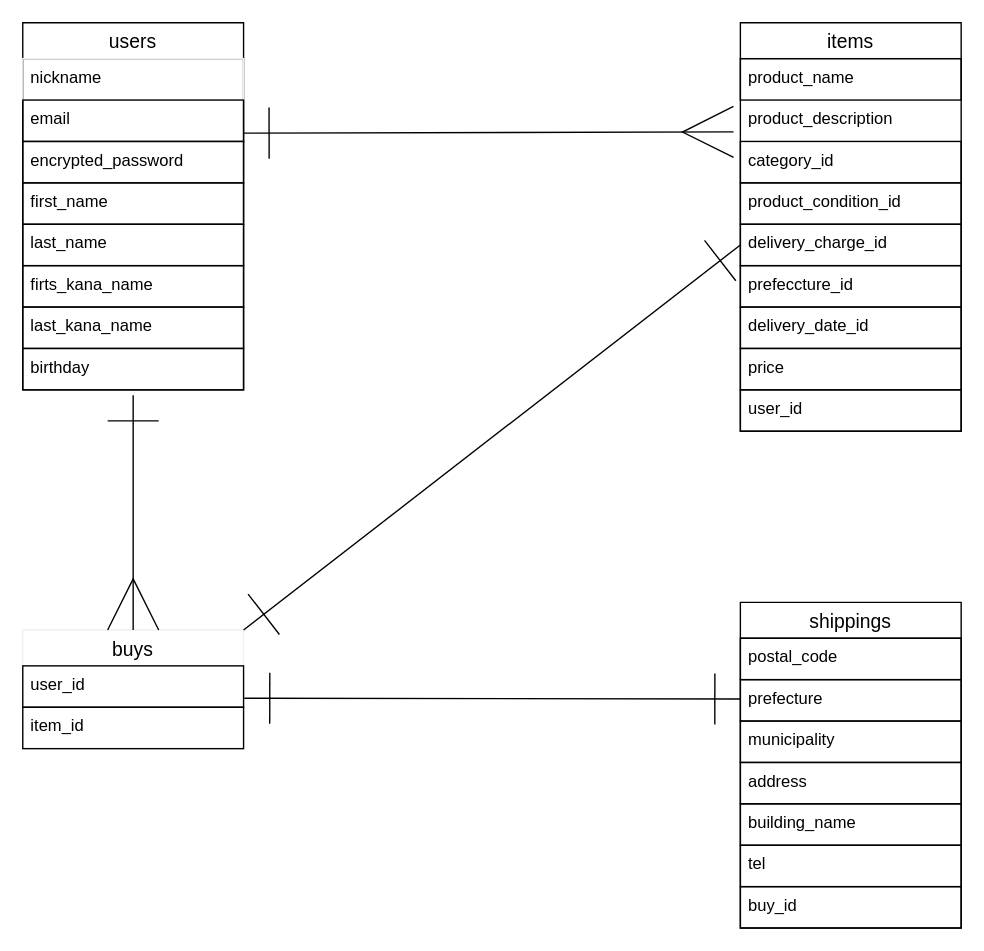
This is furima.dio from Faker4564/furima-37686, a draw.io file, before an edit. Source tidied: cells renumbered, new cells numbered last; positions are measured from the earlier drawing's top-left corner, leaving out a move shared by most shapes. Both pictures are drawn from the tidied source at 138%, with x=0, y=0 at pixel (22, 22).
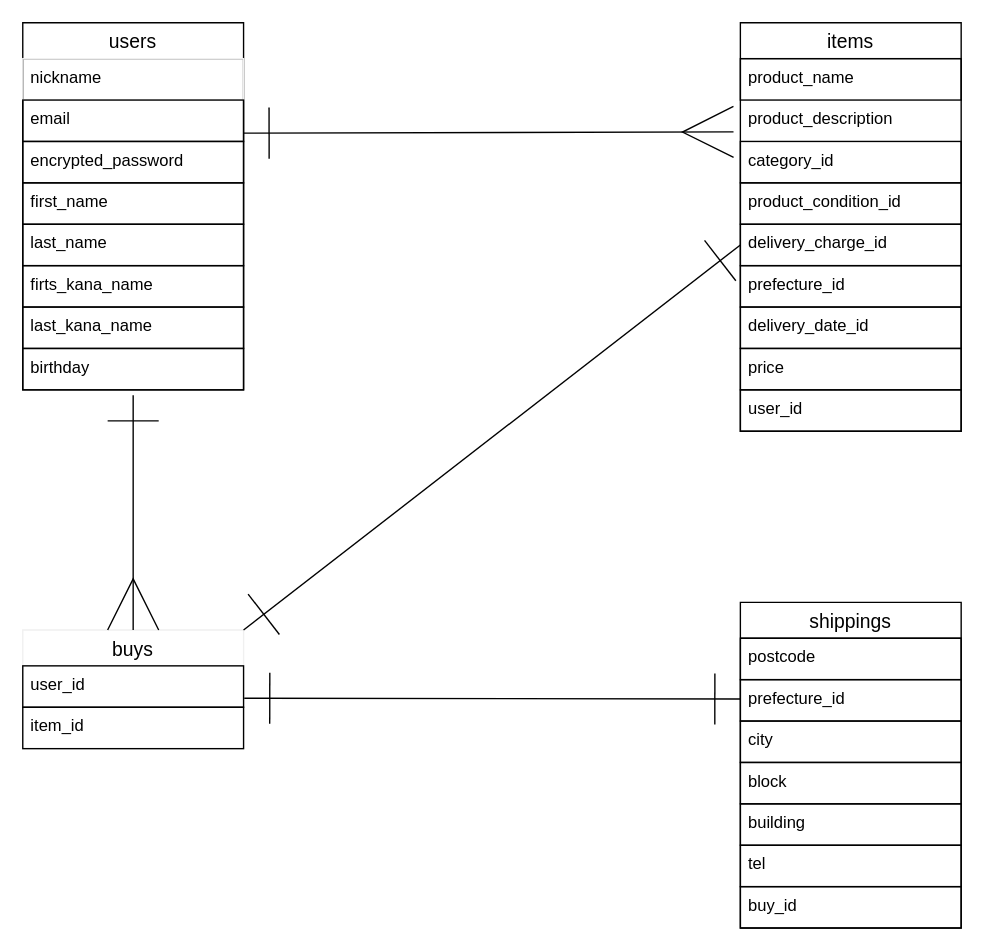
After the change.

Commit message (it also covers changes not shown here):
■ER図・READMEの修正（2回目）

The change refers to these unchanged cells:
```xml
<mxCell id="11" value="items" style="swimlane;fontStyle=0;horizontal=1;startSize=26;align=center;fontSize=14;strokeColor=default;fillColor=none;" parent="1" vertex="1">
  <mxGeometry x="520" width="160" height="296" as="geometry" />
</mxCell>
<mxCell id="26" value="shippings" style="swimlane;fontStyle=0;horizontal=1;startSize=26;align=center;fontSize=14;strokeColor=default;fillColor=none;" parent="1" vertex="1">
  <mxGeometry x="520" y="420" width="160" height="236" as="geometry" />
</mxCell>
```

The edit, as a diff of the source:
```diff
@@
-    <mxCell id="17" value="prefeccture_id" style="text;strokeColor=default;fillColor=none;spacingLeft=4;spacingRight=4;overflow=hidden;fontSize=12;" parent="11" vertex="1">
+    <mxCell id="17" value="prefecture_id" style="text;strokeColor=default;fillColor=none;spacingLeft=4;spacingRight=4;overflow=hidden;fontSize=12;" parent="11" vertex="1">
       <mxGeometry y="176" width="160" height="30" as="geometry" />
     </mxCell>
@@
-    <mxCell id="27" value="postal_code" style="text;strokeColor=default;fillColor=none;spacingLeft=4;spacingRight=4;overflow=hidden;fontSize=12;" parent="26" vertex="1">
+    <mxCell id="27" value="postcode" style="text;strokeColor=default;fillColor=none;spacingLeft=4;spacingRight=4;overflow=hidden;fontSize=12;" parent="26" vertex="1">
       <mxGeometry y="26" width="160" height="30" as="geometry" />
     </mxCell>
-    <mxCell id="28" value="prefecture" style="text;strokeColor=default;fillColor=none;spacingLeft=4;spacingRight=4;overflow=hidden;fontSize=12;" parent="26" vertex="1">
+    <mxCell id="28" value="prefecture_id" style="text;strokeColor=default;fillColor=none;spacingLeft=4;spacingRight=4;overflow=hidden;fontSize=12;" parent="26" vertex="1">
       <mxGeometry y="56" width="160" height="30" as="geometry" />
     </mxCell>
-    <mxCell id="29" value="municipality" style="text;strokeColor=default;fillColor=none;spacingLeft=4;spacingRight=4;overflow=hidden;fontSize=12;" parent="26" vertex="1">
+    <mxCell id="29" value="city" style="text;strokeColor=default;fillColor=none;spacingLeft=4;spacingRight=4;overflow=hidden;fontSize=12;" parent="26" vertex="1">
       <mxGeometry y="86" width="160" height="30" as="geometry" />
     </mxCell>
-    <mxCell id="30" value="address" style="text;strokeColor=default;fillColor=none;spacingLeft=4;spacingRight=4;overflow=hidden;fontSize=12;" parent="26" vertex="1">
+    <mxCell id="30" value="block" style="text;strokeColor=default;fillColor=none;spacingLeft=4;spacingRight=4;overflow=hidden;fontSize=12;" parent="26" vertex="1">
       <mxGeometry y="116" width="160" height="30" as="geometry" />
     </mxCell>
-    <mxCell id="31" value="building_name" style="text;strokeColor=default;fillColor=none;spacingLeft=4;spacingRight=4;overflow=hidden;fontSize=12;" parent="26" vertex="1">
+    <mxCell id="31" value="building" style="text;strokeColor=default;fillColor=none;spacingLeft=4;spacingRight=4;overflow=hidden;fontSize=12;" parent="26" vertex="1">
       <mxGeometry y="146" width="160" height="30" as="geometry" />
     </mxCell>
```
